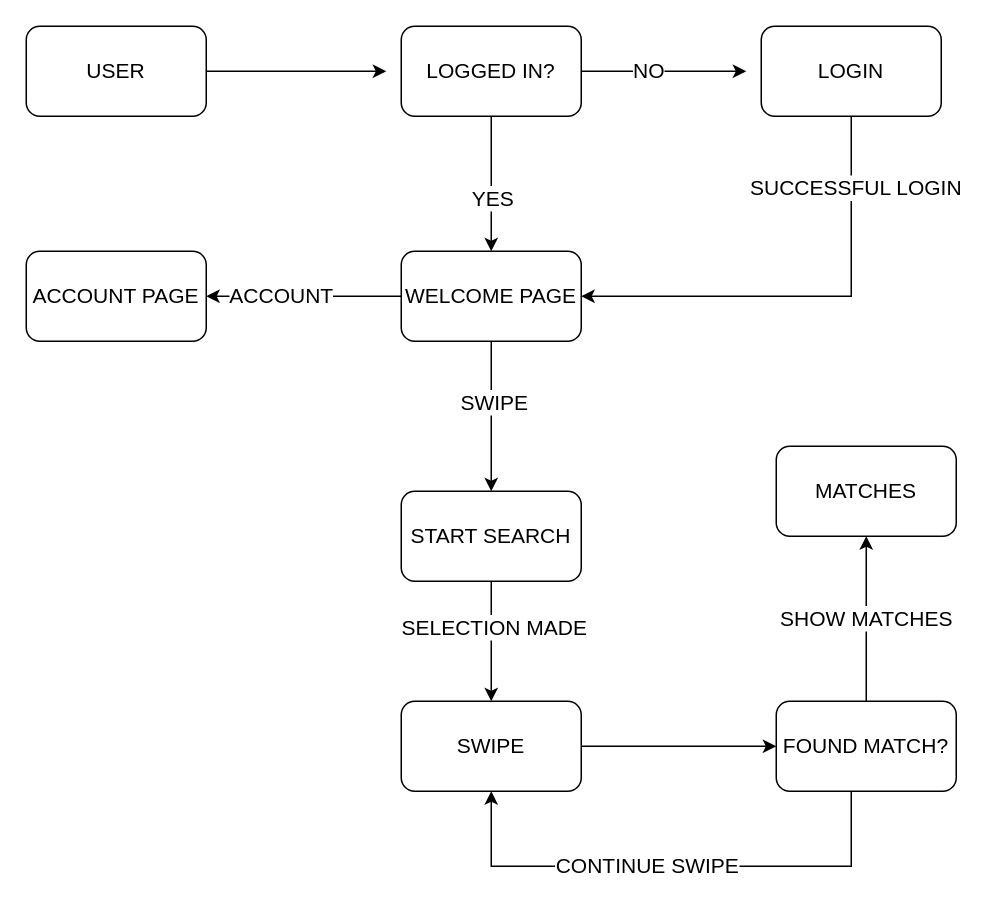
Above: page "Page-9" (9 of 10) of DIagrams.drawio in mathewpenny/MovieMatchV2 (draw.io), before the change. Source tidied: cells renumbered, new cells numbered last; positions are measured from the earlier drawing's top-left corner, leaving out a move shared by most shapes. Both pictures are drawn from the tidied source at 150%, with x=0, y=0 at pixel (26, 26).
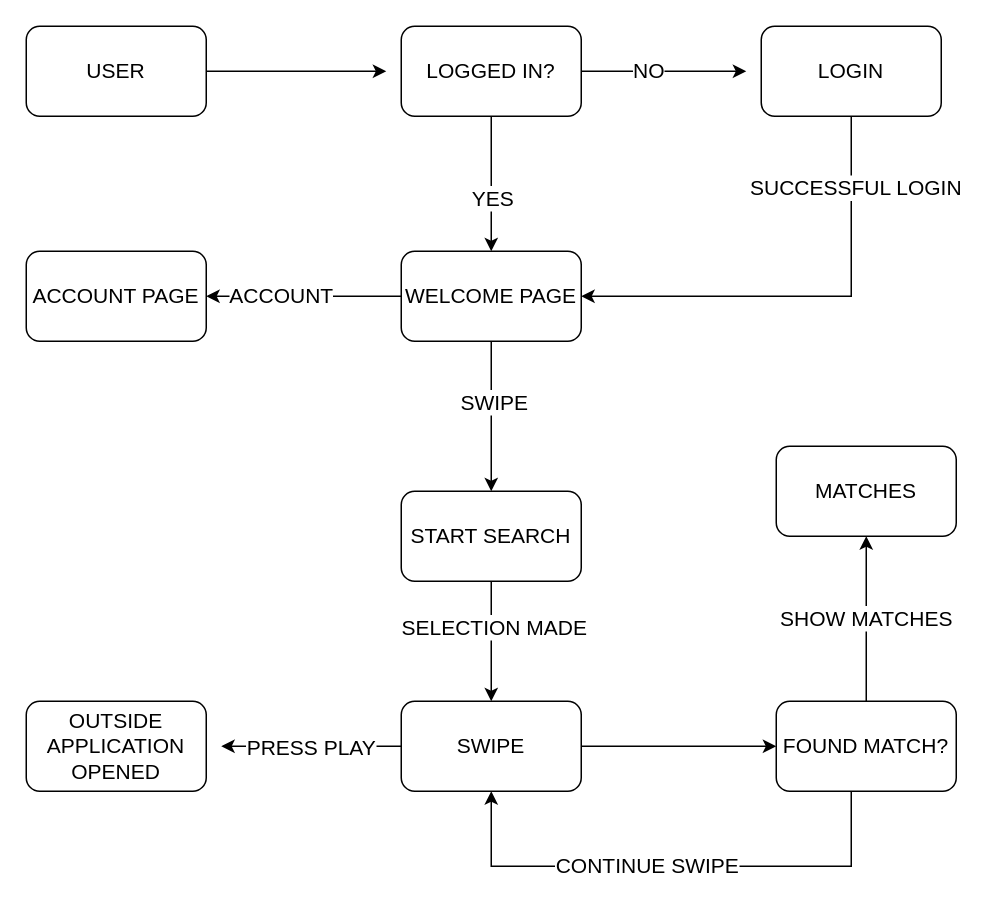
The same page after the edit.

The change refers to these unchanged cells:
```xml
<mxCell id="22" value="SWIPE" style="rounded=1;whiteSpace=wrap;html=1;fontSize=14;" parent="1" vertex="1">
  <mxGeometry x="250" y="450" width="120" height="60" as="geometry" />
</mxCell>
```

What changed in the source:
```diff
@@
+    <mxCell id="28" style="edgeStyle=orthogonalEdgeStyle;rounded=0;jettySize=auto;html=1;fontSize=14;" parent="1" edge="1" source="22">
+      <mxGeometry relative="1" as="geometry">
+        <mxPoint x="130" y="480" as="targetPoint" />
+      </mxGeometry>
+    </mxCell>
+    <mxCell id="29" value="PRESS PLAY" style="edgeLabel;html=1;align=center;verticalAlign=middle;fontSize=14;" parent="28" vertex="1">
+      <mxGeometry x="-0.19" y="-2" relative="1" as="geometry">
+        <mxPoint x="-12" y="2" as="offset" />
+      </mxGeometry>
+    </mxCell>
@@
+    <mxCell id="30" value="OUTSIDE APPLICATION OPENED" style="rounded=1;whiteSpace=wrap;html=1;fontSize=14;" parent="1" vertex="1">
+      <mxGeometry y="450" width="120" height="60" as="geometry" />
+    </mxCell>
```
